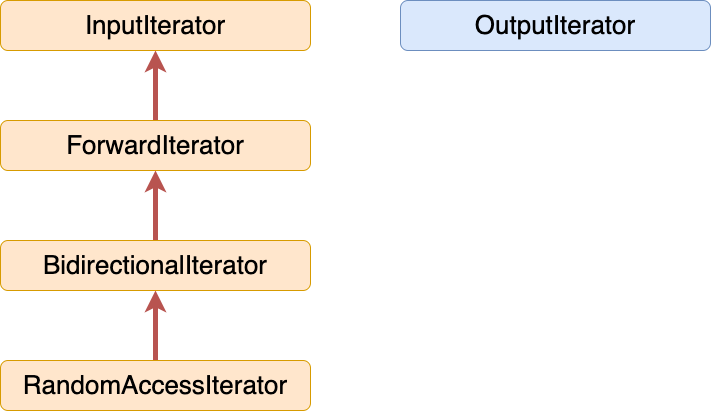
Above: CS/Coding/Cpp/Cpp联邦/STL/迭代器类型.drawio.png in superwjfeng/MarkdownWriting (draw.io), before the change. Source tidied: cells renumbered, new cells last; positions are measured from the earlier drawing's top-left corner, leaving out a move shared by most shapes.
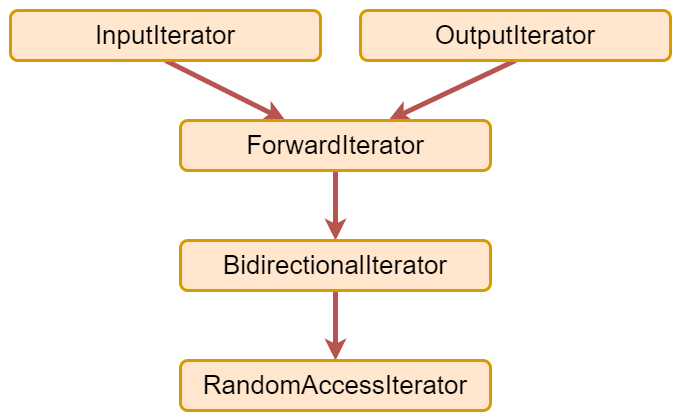
The same file after the commit.

What changed in the source:
```diff
@@ -1,30 +1,36 @@
-<mxGraphModel>
+<mxGraphModel background="#ffffff">
   <root>
     <mxCell id="0" />
     <mxCell id="1" parent="0" />
+    <mxCell id="10" style="rounded=0;whiteSpace=wrap;html=1;fillColor=none;strokeColor=none;" parent="1" vertex="1">
+      <mxGeometry x="-180" width="680" height="420" as="geometry" />
+    </mxCell>
-    <mxCell id="2" style="edgeStyle=orthogonalEdgeStyle;rounded=0;jettySize=auto;html=1;fillColor=#f8cecc;strokeColor=#b85450;strokeWidth=5;" parent="1" edge="1" source="3" target="5">
+    <mxCell id="2" style="edgeStyle=orthogonalEdgeStyle;rounded=0;jettySize=auto;html=1;fillColor=#f8cecc;strokeColor=#b85450;strokeWidth=5;startArrow=classic;startFill=1;endArrow=none;endFill=0;" parent="1" edge="1" source="3" target="5">
       <mxGeometry relative="1" as="geometry" />
     </mxCell>
-    <mxCell id="3" value="&lt;font style=&quot;font-size: 26px;&quot;&gt;RandomAccessIterator&lt;/font&gt;" style="rounded=1;whiteSpace=wrap;html=1;fillColor=#ffe6cc;strokeColor=#d79b00;" parent="1" vertex="1">
+    <mxCell id="3" value="&lt;font style=&quot;font-size: 26px;&quot;&gt;RandomAccessIterator&lt;/font&gt;" style="rounded=1;whiteSpace=wrap;html=1;fillColor=#ffe6cc;strokeColor=#d79b00;strokeWidth=3;" parent="1" vertex="1">
       <mxGeometry y="360" width="310" height="50" as="geometry" />
     </mxCell>
-    <mxCell id="4" style="edgeStyle=orthogonalEdgeStyle;rounded=0;jettySize=auto;html=1;entryX=0.5;entryY=1;entryDx=0;entryDy=0;fillColor=#f8cecc;strokeColor=#b85450;strokeWidth=5;" parent="1" edge="1" source="5" target="7">
+    <mxCell id="4" style="edgeStyle=orthogonalEdgeStyle;rounded=0;jettySize=auto;html=1;entryX=0.5;entryY=1;entryDx=0;entryDy=0;fillColor=#f8cecc;strokeColor=#b85450;strokeWidth=5;startArrow=classic;startFill=1;endArrow=none;endFill=0;" parent="1" edge="1" source="5" target="7">
       <mxGeometry relative="1" as="geometry" />
     </mxCell>
-    <mxCell id="5" value="&lt;font style=&quot;font-size: 26px;&quot;&gt;BidirectionalIterator&lt;/font&gt;" style="rounded=1;whiteSpace=wrap;html=1;fillColor=#ffe6cc;strokeColor=#d79b00;" parent="1" vertex="1">
+    <mxCell id="5" value="&lt;font style=&quot;font-size: 26px;&quot;&gt;BidirectionalIterator&lt;/font&gt;" style="rounded=1;whiteSpace=wrap;html=1;fillColor=#ffe6cc;strokeColor=#d79b00;strokeWidth=3;" parent="1" vertex="1">
       <mxGeometry y="240" width="310" height="50" as="geometry" />
     </mxCell>
-    <mxCell id="6" style="edgeStyle=orthogonalEdgeStyle;rounded=0;jettySize=auto;html=1;fillColor=#f8cecc;strokeColor=#b85450;strokeWidth=5;" parent="1" edge="1" source="7" target="8">
+    <mxCell id="6" style="rounded=0;jettySize=auto;html=1;fillColor=#f8cecc;strokeColor=#b85450;strokeWidth=5;entryX=0.5;entryY=1;entryDx=0;entryDy=0;startArrow=classic;startFill=1;endArrow=none;endFill=0;" parent="1" edge="1" source="7" target="8">
       <mxGeometry relative="1" as="geometry" />
     </mxCell>
+    <mxCell id="11" style="rounded=0;jettySize=auto;html=1;strokeWidth=5;strokeColor=#b85450;entryX=0.5;entryY=1;entryDx=0;entryDy=0;startArrow=classic;startFill=1;endArrow=none;endFill=0;" parent="1" edge="1" source="7" target="9">
+      <mxGeometry relative="1" as="geometry" />
+    </mxCell>
-    <mxCell id="7" value="&lt;span style=&quot;font-size: 26px;&quot;&gt;ForwardIterator&lt;/span&gt;" style="rounded=1;whiteSpace=wrap;html=1;fillColor=#ffe6cc;strokeColor=#d79b00;" parent="1" vertex="1">
+    <mxCell id="7" value="&lt;span style=&quot;font-size: 26px;&quot;&gt;ForwardIterator&lt;/span&gt;" style="rounded=1;whiteSpace=wrap;html=1;fillColor=#ffe6cc;strokeColor=#d79b00;strokeWidth=3;" parent="1" vertex="1">
       <mxGeometry y="120" width="310" height="50" as="geometry" />
     </mxCell>
-    <mxCell id="8" value="&lt;span style=&quot;font-size: 26px;&quot;&gt;InputIterator&lt;/span&gt;" style="rounded=1;whiteSpace=wrap;html=1;fillColor=#ffe6cc;strokeColor=#d79b00;" parent="1" vertex="1">
-      <mxGeometry width="310" height="50" as="geometry" />
+    <mxCell id="8" value="&lt;span style=&quot;font-size: 26px;&quot;&gt;InputIterator&lt;/span&gt;" style="rounded=1;whiteSpace=wrap;html=1;fillColor=#ffe6cc;strokeColor=#d79b00;strokeWidth=3;" parent="1" vertex="1">
+      <mxGeometry x="-170" y="10" width="310" height="50" as="geometry" />
     </mxCell>
-    <mxCell id="9" value="&lt;span style=&quot;font-size: 26px;&quot;&gt;OutputIterator&lt;/span&gt;" style="rounded=1;whiteSpace=wrap;html=1;fillColor=#dae8fc;strokeColor=#6c8ebf;" parent="1" vertex="1">
-      <mxGeometry x="400" width="310" height="50" as="geometry" />
+    <mxCell id="9" value="&lt;span style=&quot;font-size: 26px;&quot;&gt;OutputIterator&lt;/span&gt;" style="rounded=1;whiteSpace=wrap;html=1;fillColor=#ffe6cc;strokeColor=#d79b00;strokeWidth=3;" parent="1" vertex="1">
+      <mxGeometry x="180" y="10" width="310" height="50" as="geometry" />
     </mxCell>
   </root>
 </mxGraphModel>
```
